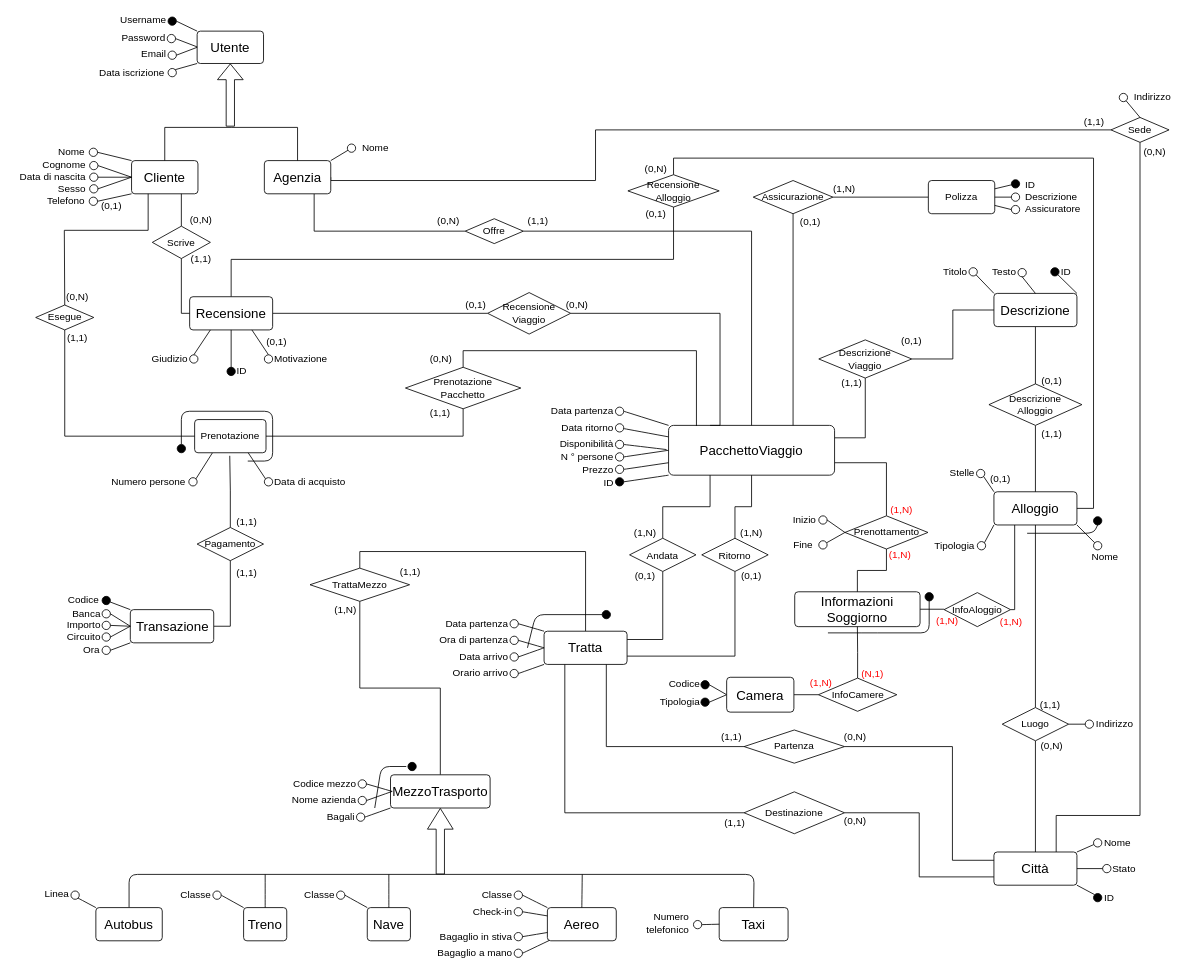
The draw.io diagram page "ER - Concettuale" (1 of 2) of ER/ER.drawio in bustre/Easy-travel, before the edit. Source tidied: cells renumbered, new cells numbered last; positions are measured from the earlier drawing's top-left corner, leaving out a move shared by most shapes. Both pictures are drawn from the tidied source at 83%, with x=0, y=0 at pixel (14, 16).
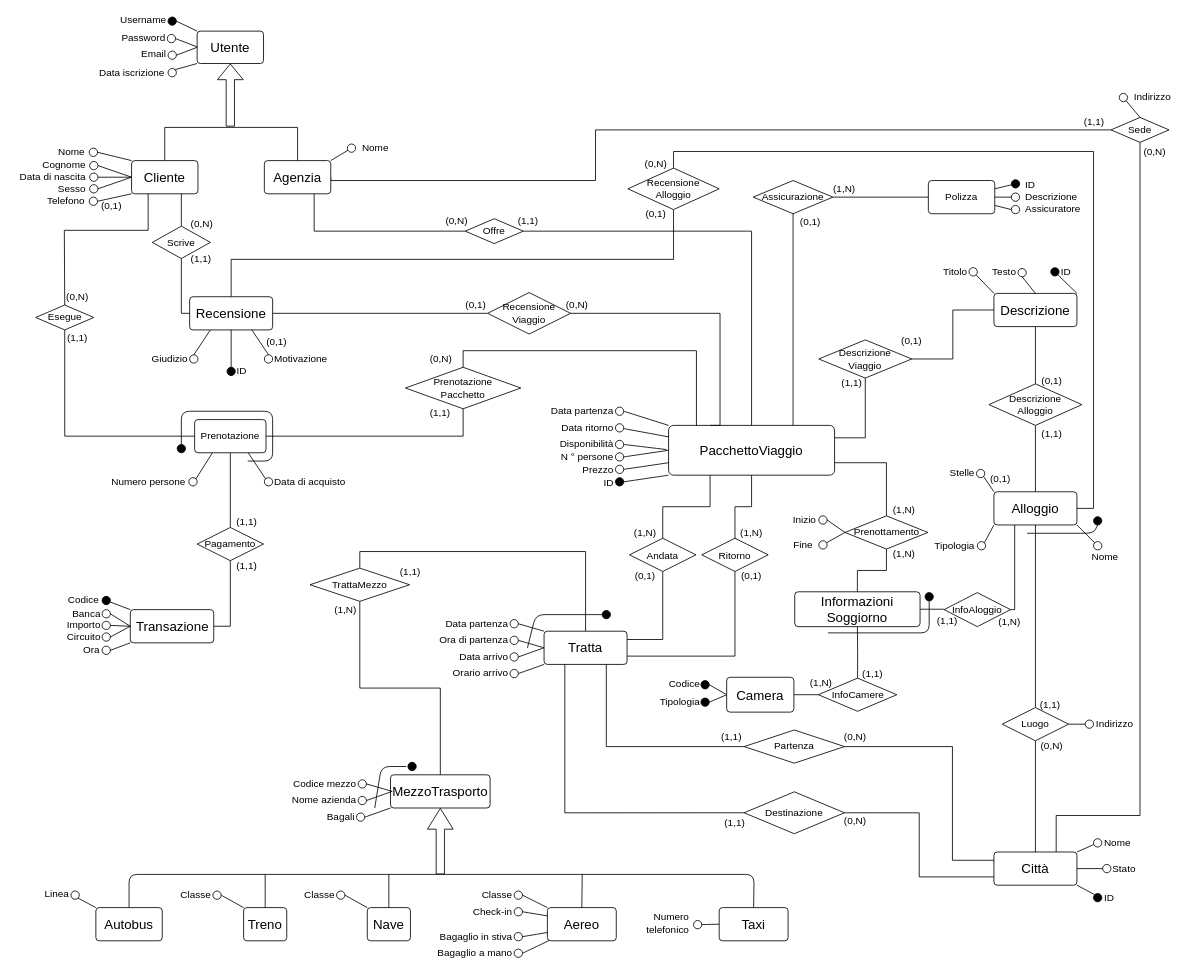
The same diagram, later.

Unchanged cells that the change refers to:
```xml
<mxCell id="164" value="Prenotazione" style="rounded=1;arcSize=10;whiteSpace=wrap;html=1;align=center;" parent="1" vertex="1">
  <mxGeometry x="217" y="486" width="86" height="40" as="geometry" />
</mxCell>
<mxCell id="240" value="Pagamento" style="shape=rhombus;perimeter=rhombusPerimeter;whiteSpace=wrap;html=1;align=center;fontSize=12;" parent="1" vertex="1">
  <mxGeometry x="220" y="616" width="80" height="40" as="geometry" />
</mxCell>
```

The edit, as a diff of the source:
```diff
@@
     <mxCell id="155" value="Recensione&lt;br style=&quot;font-size: 12px;&quot;&gt;Alloggio" style="shape=rhombus;perimeter=rhombusPerimeter;whiteSpace=wrap;html=1;align=center;fontSize=12;" parent="1" vertex="1">
-      <mxGeometry x="739" y="191" width="110" height="39" as="geometry" />
+      <mxGeometry x="739" y="183" width="110" height="50" as="geometry" />
     </mxCell>
@@
+    <mxCell id="330" style="edgeStyle=orthogonalEdgeStyle;rounded=0;jettySize=auto;html=1;exitX=0.5;exitY=1;exitDx=0;exitDy=0;entryX=0.5;entryY=0;entryDx=0;entryDy=0;endArrow=none;endFill=0;" parent="1" edge="1" source="164" target="240">
+      <mxGeometry relative="1" as="geometry" />
+    </mxCell>
@@
     <mxCell id="200" value="(0,N)" style="text;html=1;strokeColor=none;fillColor=none;align=center;verticalAlign=middle;whiteSpace=wrap;rounded=0;" parent="1" vertex="1">
-      <mxGeometry x="195" y="231" width="60" height="30" as="geometry" />
+      <mxGeometry x="196" y="236" width="60" height="30" as="geometry" />
     </mxCell>
@@
     <mxCell id="202" value="(0,N)" style="text;html=1;strokeColor=none;fillColor=none;align=center;verticalAlign=middle;whiteSpace=wrap;rounded=0;" parent="1" vertex="1">
-      <mxGeometry x="743" y="169" width="60" height="30" as="geometry" />
+      <mxGeometry x="743" y="163" width="60" height="30" as="geometry" />
     </mxCell>
-    <mxCell id="203" value="(0,1)" style="text;html=1;strokeColor=none;fillColor=none;align=center;verticalAlign=middle;whiteSpace=wrap;rounded=0;" parent="1" vertex="1">
+    <mxCell id="203" value="(0,1)" style="text;html=1;strokeColor=none;fillColor=none;align=center;verticalAlign=middle;whiteSpace=wrap;rounded=0;rotation=0;" parent="1" vertex="1">
       <mxGeometry x="743" y="224" width="60" height="30" as="geometry" />
     </mxCell>
@@
     <mxCell id="208" value="(0,N)" style="text;html=1;strokeColor=none;fillColor=none;align=center;verticalAlign=middle;whiteSpace=wrap;rounded=0;" parent="1" vertex="1">
-      <mxGeometry x="493" y="232" width="60" height="30" as="geometry" />
+      <mxGeometry x="503" y="232" width="60" height="30" as="geometry" />
     </mxCell>
     <mxCell id="209" value="(1,1)" style="text;html=1;strokeColor=none;fillColor=none;align=center;verticalAlign=middle;whiteSpace=wrap;rounded=0;" parent="1" vertex="1">
-      <mxGeometry x="601" y="232" width="60" height="30" as="geometry" />
+      <mxGeometry x="589" y="232" width="60" height="30" as="geometry" />
     </mxCell>
@@
-    <mxCell id="239" style="edgeStyle=orthogonalEdgeStyle;rounded=0;jettySize=auto;html=1;exitX=0.5;exitY=0;exitDx=0;exitDy=0;entryX=0.492;entryY=1.091;entryDx=0;entryDy=0;entryPerimeter=0;endArrow=none;endFill=0;" parent="1" edge="1" source="240" target="164">
-      <mxGeometry relative="1" as="geometry" />
-    </mxCell>
@@
     <mxCell id="255" value="(1,1)" style="text;html=1;strokeColor=none;fillColor=none;align=center;verticalAlign=middle;whiteSpace=wrap;rounded=0;" parent="1" vertex="1">
-      <mxGeometry x="250" y="656" width="60" height="30" as="geometry" />
+      <mxGeometry x="250" y="648" width="60" height="30" as="geometry" />
     </mxCell>
@@
-    <mxCell id="316" value="(N,1)" style="text;html=1;strokeColor=none;fillColor=none;align=center;verticalAlign=middle;whiteSpace=wrap;rounded=0;fontSize=12;fontColor=#FF0000;" parent="1" vertex="1">
+    <mxCell id="316" value="(1,1)" style="text;html=1;strokeColor=none;fillColor=none;align=center;verticalAlign=middle;whiteSpace=wrap;rounded=0;fontSize=12;fontColor=default;" parent="1" vertex="1">
       <mxGeometry x="1013" y="786" width="42" height="14" as="geometry" />
     </mxCell>
-    <mxCell id="317" value="(1,N)" style="text;html=1;strokeColor=none;fillColor=none;align=center;verticalAlign=middle;whiteSpace=wrap;rounded=0;fontSize=12;fontColor=#FF0000;" parent="1" vertex="1">
+    <mxCell id="317" value="(1,N)" style="text;html=1;strokeColor=none;fillColor=none;align=center;verticalAlign=middle;whiteSpace=wrap;rounded=0;fontSize=12;fontColor=default;" parent="1" vertex="1">
       <mxGeometry x="951" y="796.5" width="42" height="14" as="geometry" />
     </mxCell>
-    <mxCell id="318" value="(1,N)" style="text;html=1;strokeColor=none;fillColor=none;align=center;verticalAlign=middle;whiteSpace=wrap;rounded=0;fontSize=12;fontColor=#FF0000;" parent="1" vertex="1">
+    <mxCell id="318" value="(1,1)" style="text;html=1;strokeColor=none;fillColor=none;align=center;verticalAlign=middle;whiteSpace=wrap;rounded=0;fontSize=12;fontColor=#000000;" parent="1" vertex="1">
       <mxGeometry x="1103" y="721.5" width="42" height="14" as="geometry" />
     </mxCell>
-    <mxCell id="319" value="(1,N)" style="text;html=1;strokeColor=none;fillColor=none;align=center;verticalAlign=middle;whiteSpace=wrap;rounded=0;fontSize=12;fontColor=#FF0000;" parent="1" vertex="1">
-      <mxGeometry x="1180" y="723" width="42" height="14" as="geometry" />
+    <mxCell id="319" value="(1,N)" style="text;html=1;strokeColor=none;fillColor=none;align=center;verticalAlign=middle;whiteSpace=wrap;rounded=0;fontSize=12;fontColor=default;" parent="1" vertex="1">
+      <mxGeometry x="1178" y="723" width="42" height="14" as="geometry" />
     </mxCell>
-    <mxCell id="320" value="(1,N)" style="text;html=1;strokeColor=none;fillColor=none;align=center;verticalAlign=middle;whiteSpace=wrap;rounded=0;fontSize=12;fontColor=#FF0000;" parent="1" vertex="1">
-      <mxGeometry x="1046" y="642" width="42" height="14" as="geometry" />
+    <mxCell id="320" value="(1,N)" style="text;html=1;strokeColor=none;fillColor=none;align=center;verticalAlign=middle;whiteSpace=wrap;rounded=0;fontSize=12;fontColor=#000000;" parent="1" vertex="1">
+      <mxGeometry x="1051" y="641" width="42" height="14" as="geometry" />
     </mxCell>
-    <mxCell id="321" value="(1,N)" style="text;html=1;strokeColor=none;fillColor=none;align=center;verticalAlign=middle;whiteSpace=wrap;rounded=0;fontSize=12;fontColor=#FF0000;" parent="1" vertex="1">
-      <mxGeometry x="1048" y="588" width="42" height="14" as="geometry" />
+    <mxCell id="321" value="(1,N)" style="text;html=1;strokeColor=none;fillColor=none;align=center;verticalAlign=middle;whiteSpace=wrap;rounded=0;fontSize=12;fontColor=#000000;" parent="1" vertex="1">
+      <mxGeometry x="1051" y="588" width="42" height="14" as="geometry" />
     </mxCell>
```
